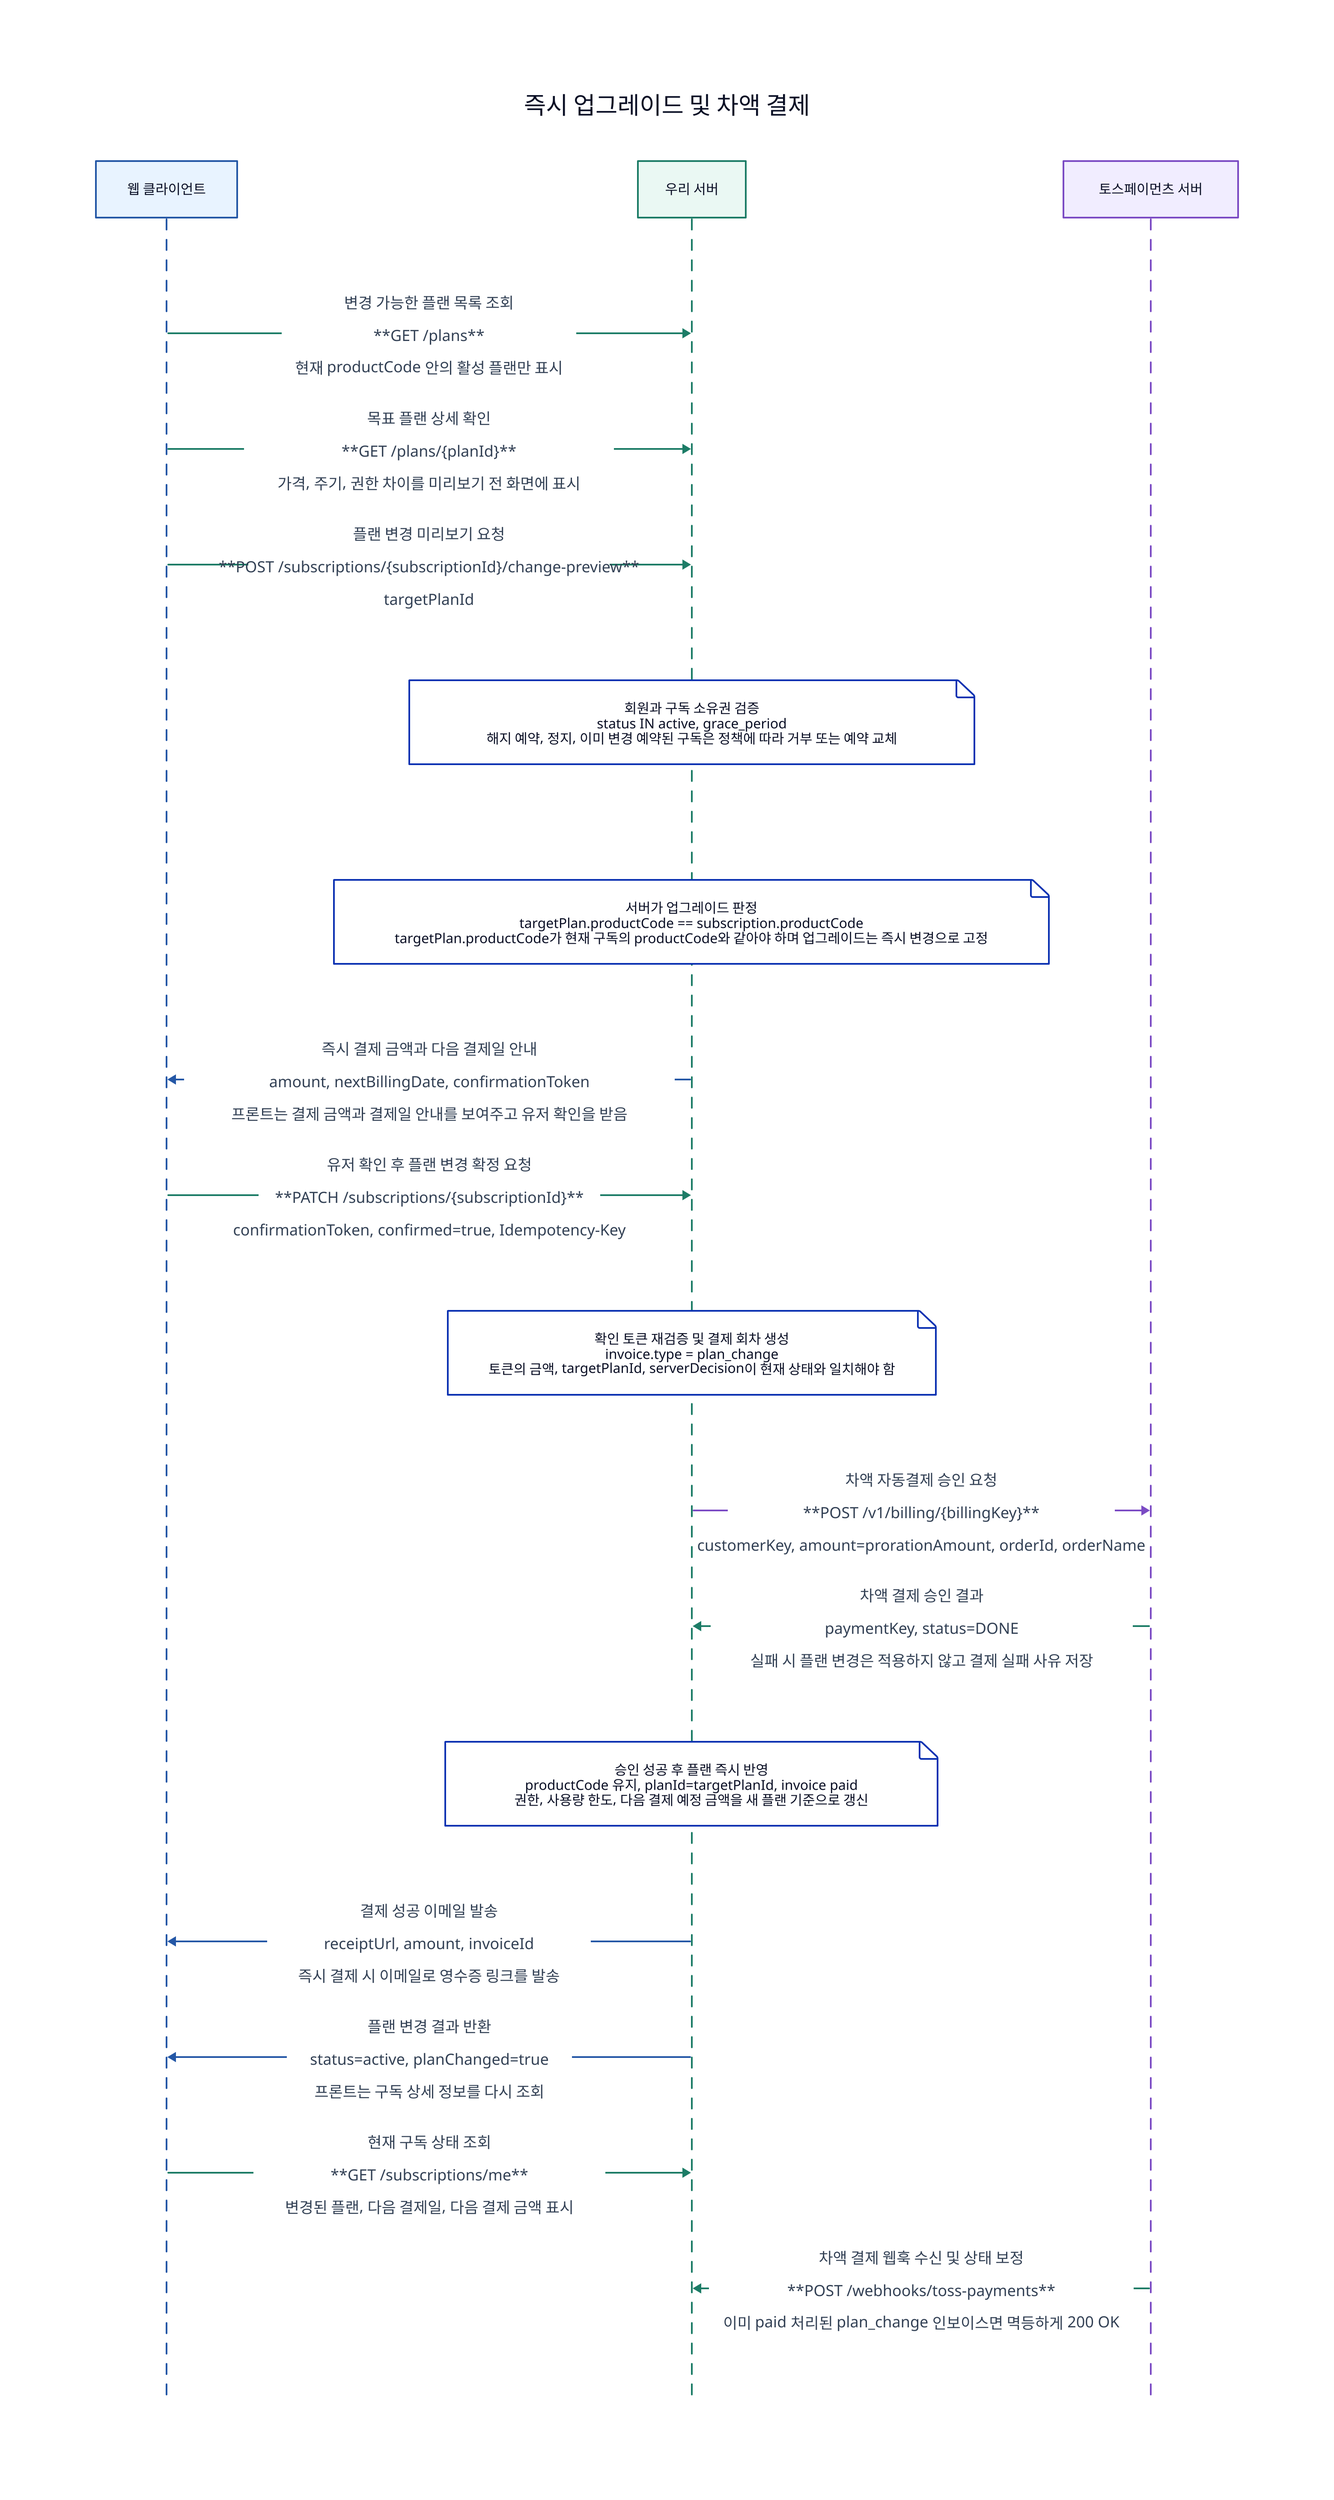
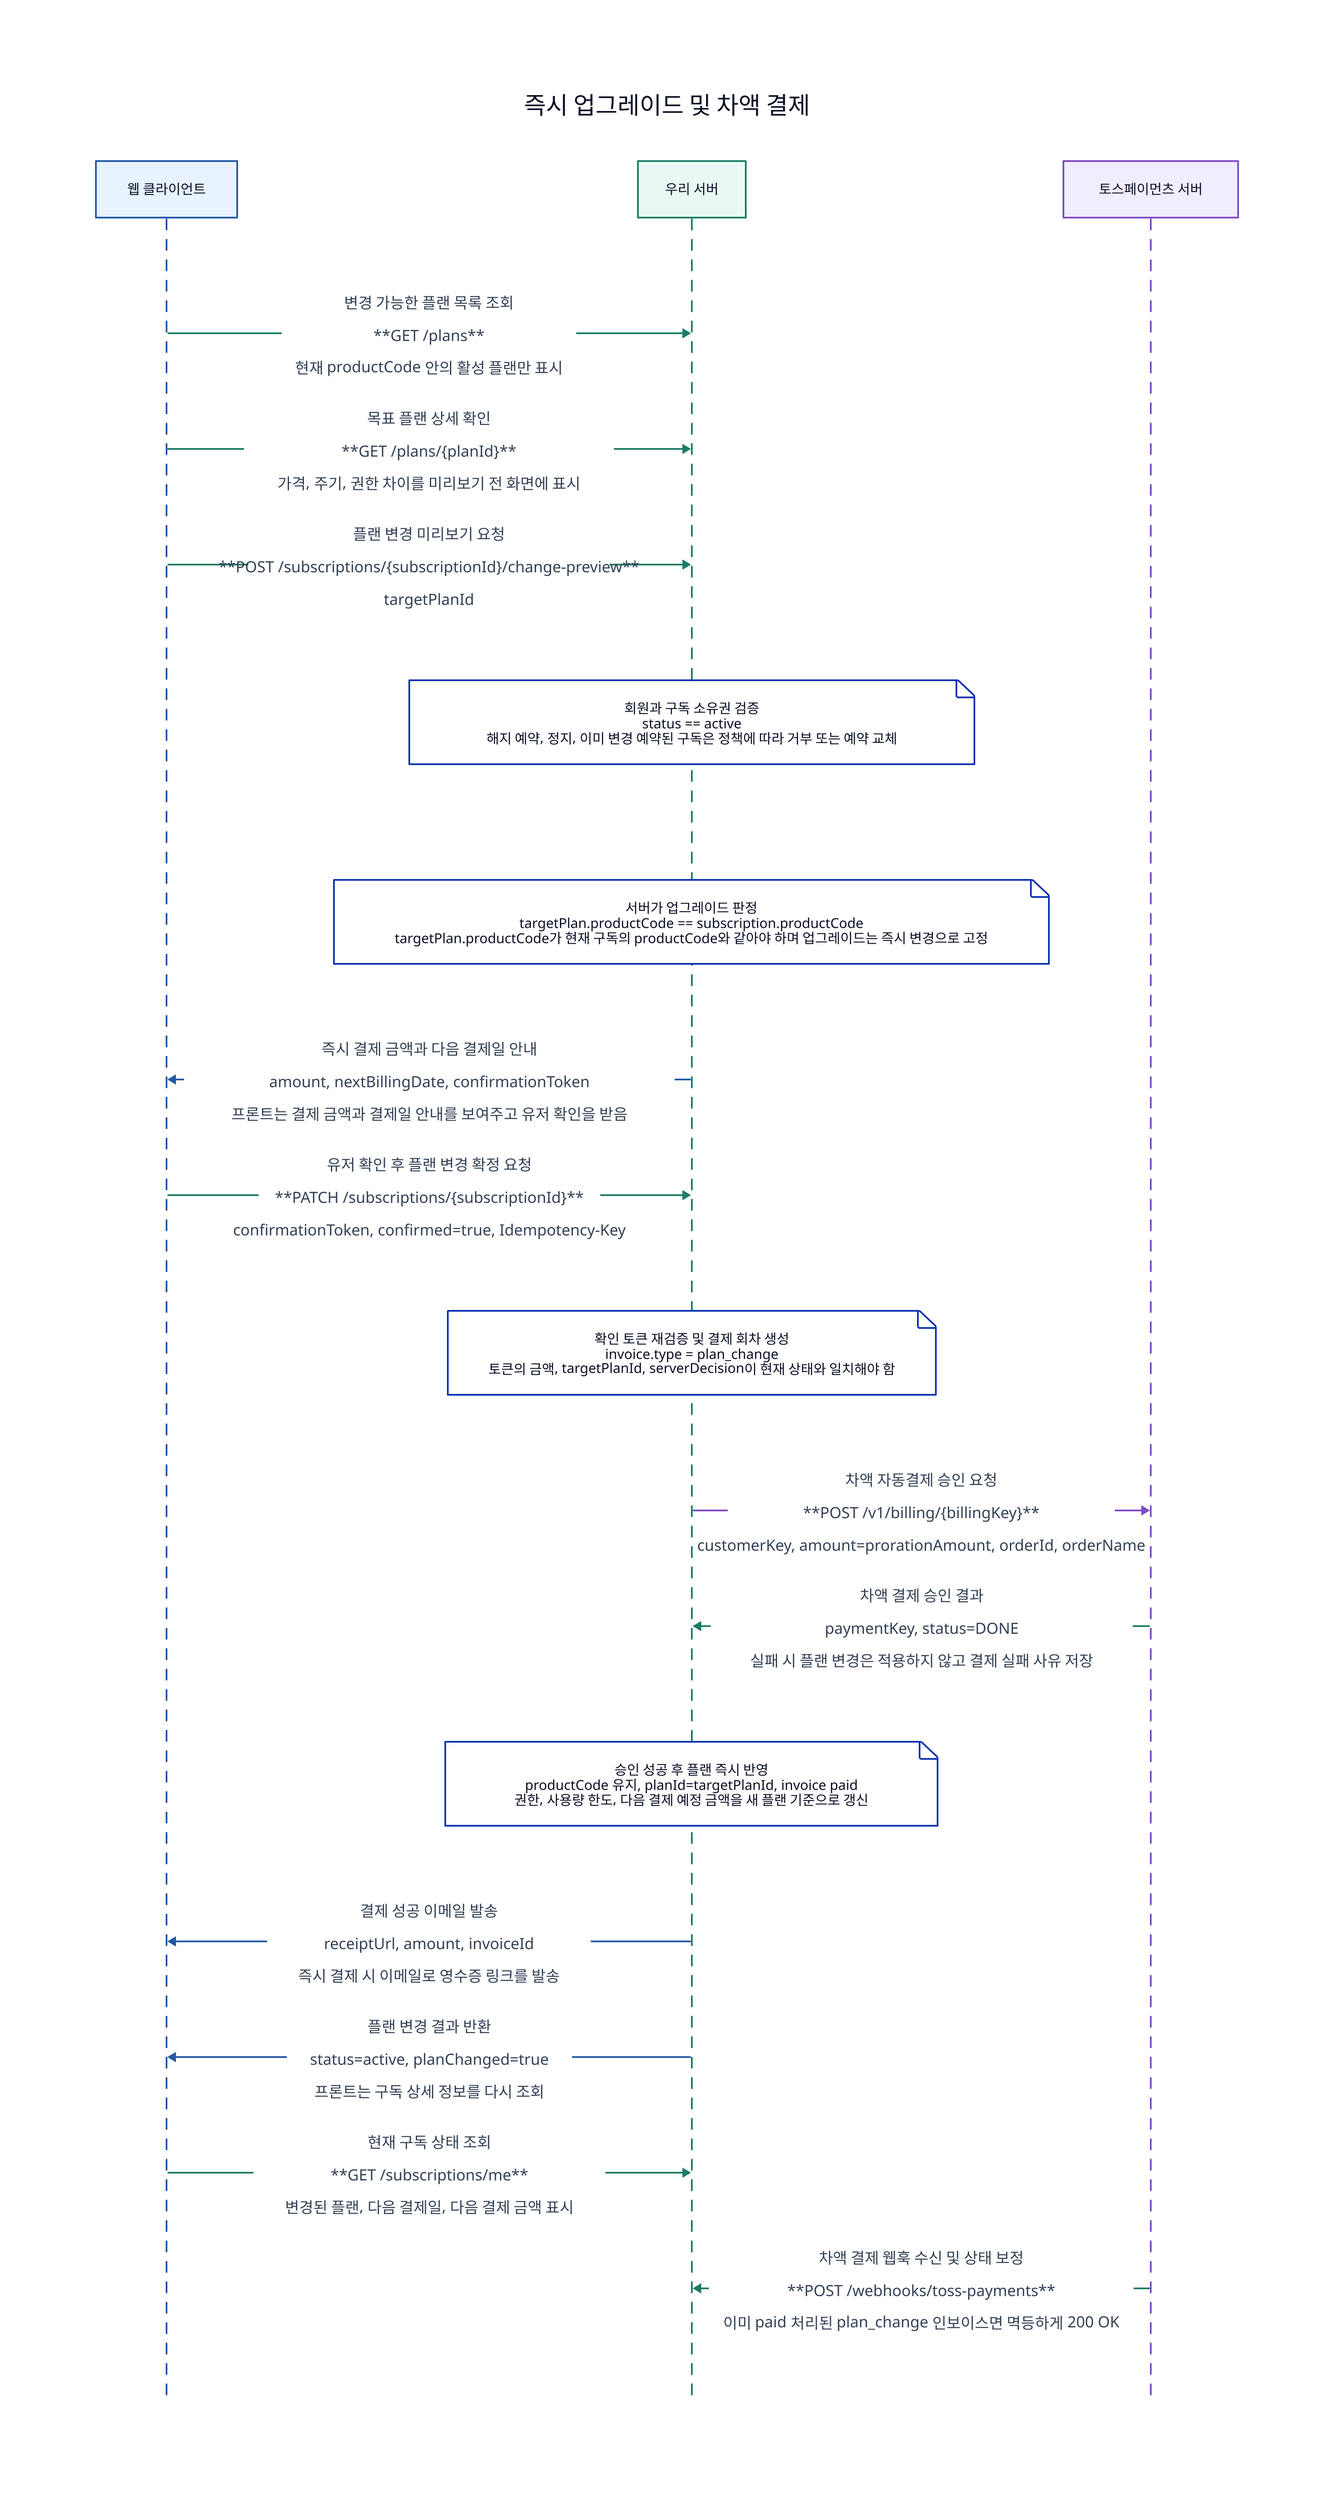
diagram: {
  shape: sequence_diagram
  label: "즉시 업그레이드 및 차액 결제"

  client: "웹 클라이언트"
  client.style.fill: "#e8f3ff"
  client.style.stroke: "#2457a6"
  server: "우리 서버"
  server.style.fill: "#eaf8f3"
  server.style.stroke: "#1c7c66"
  toss: "토스페이먼츠 서버"
  toss.style.fill: "#f1edff"
  toss.style.stroke: "#7b4bc4"

  client -> server: |md
변경 가능한 플랜 목록 조회

**GET /plans**

현재 productCode 안의 활성 플랜만 표시
| {
    style.stroke: "#1c7c66"
    style.font-color: "#334155"
    style.font-size: 18
    style.italic: false
  }
  client -> server: |md
목표 플랜 상세 확인

**GET /plans/{planId}**

가격, 주기, 권한 차이를 미리보기 전 화면에 표시
| {
    style.stroke: "#1c7c66"
    style.font-color: "#334155"
    style.font-size: 18
    style.italic: false
  }
  client -> server: |md
플랜 변경 미리보기 요청

**POST /subscriptions/{subscriptionId}/change-preview**

targetPlanId
| {
    style.stroke: "#1c7c66"
    style.font-color: "#334155"
    style.font-size: 18
    style.italic: false
  }
-   server.note_4: "회원과 구독 소유권 검증\nstatus IN active, grace_period\n해지 예약, 정지, 이미 변경 예약된 구독은 정책에 따라 거부 또는 예약 교체"
+   server.note_4: "회원과 구독 소유권 검증\nstatus == active\n해지 예약, 정지, 이미 변경 예약된 구독은 정책에 따라 거부 또는 예약 교체"
  server.note_5: "서버가 업그레이드 판정\ntargetPlan.productCode == subscription.productCode\ntargetPlan.productCode가 현재 구독의 productCode와 같아야 하며 업그레이드는 즉시 변경으로 고정"
  server -> client: |md
즉시 결제 금액과 다음 결제일 안내

amount, nextBillingDate, confirmationToken

프론트는 결제 금액과 결제일 안내를 보여주고 유저 확인을 받음
| {
    style.stroke: "#2457a6"
    style.font-color: "#334155"
    style.font-size: 18
    style.italic: false
  }
  client -> server: |md
유저 확인 후 플랜 변경 확정 요청

**PATCH /subscriptions/{subscriptionId}**

confirmationToken, confirmed=true, Idempotency-Key
| {
    style.stroke: "#1c7c66"
    style.font-color: "#334155"
    style.font-size: 18
    style.italic: false
  }
  server.note_8: "확인 토큰 재검증 및 결제 회차 생성\ninvoice.type = plan_change\n토큰의 금액, targetPlanId, serverDecision이 현재 상태와 일치해야 함"
  server -> toss: |md
차액 자동결제 승인 요청

**POST /v1/billing/{billingKey}**

customerKey, amount=prorationAmount, orderId, orderName
| {
    style.stroke: "#7b4bc4"
    style.font-color: "#334155"
    style.font-size: 18
    style.italic: false
  }
  toss -> server: |md
차액 결제 승인 결과

paymentKey, status=DONE

실패 시 플랜 변경은 적용하지 않고 결제 실패 사유 저장
| {
    style.stroke: "#1c7c66"
    style.font-color: "#334155"
    style.font-size: 18
    style.italic: false
  }
  server.note_11: "승인 성공 후 플랜 즉시 반영\nproductCode 유지, planId=targetPlanId, invoice paid\n권한, 사용량 한도, 다음 결제 예정 금액을 새 플랜 기준으로 갱신"
  server -> client: |md
결제 성공 이메일 발송

receiptUrl, amount, invoiceId

즉시 결제 시 이메일로 영수증 링크를 발송
| {
    style.stroke: "#2457a6"
    style.font-color: "#334155"
    style.font-size: 18
    style.italic: false
  }
  server -> client: |md
플랜 변경 결과 반환

status=active, planChanged=true

프론트는 구독 상세 정보를 다시 조회
| {
    style.stroke: "#2457a6"
    style.font-color: "#334155"
    style.font-size: 18
    style.italic: false
  }
  client -> server: |md
현재 구독 상태 조회

**GET /subscriptions/me**

변경된 플랜, 다음 결제일, 다음 결제 금액 표시
| {
    style.stroke: "#1c7c66"
    style.font-color: "#334155"
    style.font-size: 18
    style.italic: false
  }
  toss -> server: |md
차액 결제 웹훅 수신 및 상태 보정

**POST /webhooks/toss-payments**

이미 paid 처리된 plan_change 인보이스면 멱등하게 200 OK
| {
    style.stroke: "#1c7c66"
    style.font-color: "#334155"
    style.font-size: 18
    style.italic: false
  }
}
